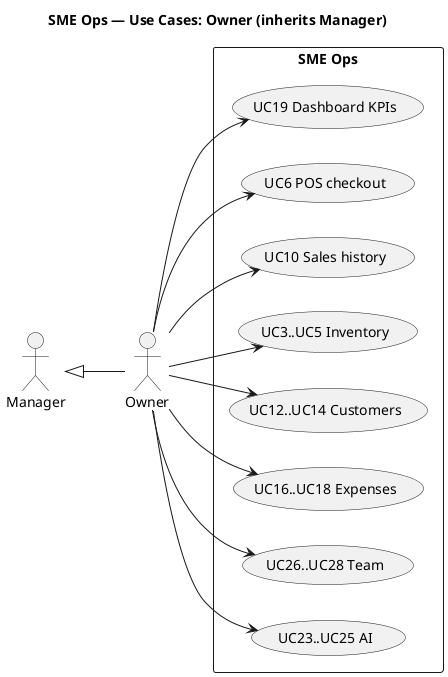
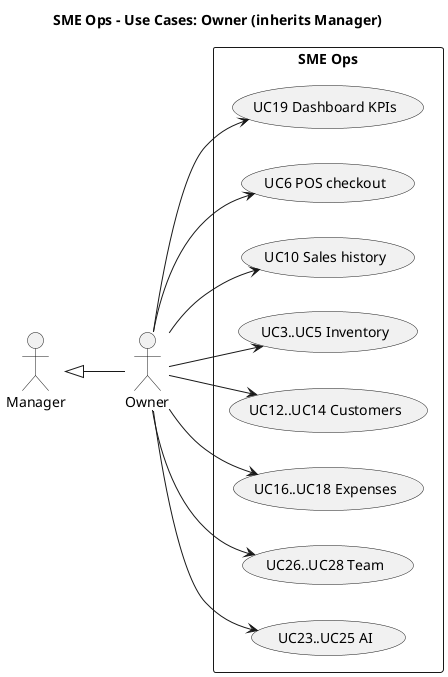
@startuml SME_Ops_Use_Case_Owner
- title SME Ops — Use Cases: Owner (inherits Manager)
+ title SME Ops - Use Cases: Owner (inherits Manager)

skinparam shadowing false
left to right direction

actor Owner as owner
- actor Manager as manager
- manager <|-- owner
+ actor Manager as mgr
+ mgr <|-- owner

rectangle "SME Ops" {
  usecase "UC19 Dashboard KPIs" as UC19
  usecase "UC6 POS checkout" as UC6
  usecase "UC10 Sales history" as UC10
  usecase "UC3..UC5 Inventory" as UCINV
  usecase "UC12..UC14 Customers" as UCCUST
  usecase "UC16..UC18 Expenses" as UCEXP
  usecase "UC26..UC28 Team" as UCTEAM
  usecase "UC23..UC25 AI" as UCAI
}

owner --> UC19
owner --> UC6
owner --> UC10
owner --> UCINV
owner --> UCCUST
owner --> UCEXP
owner --> UCTEAM
owner --> UCAI

@enduml
